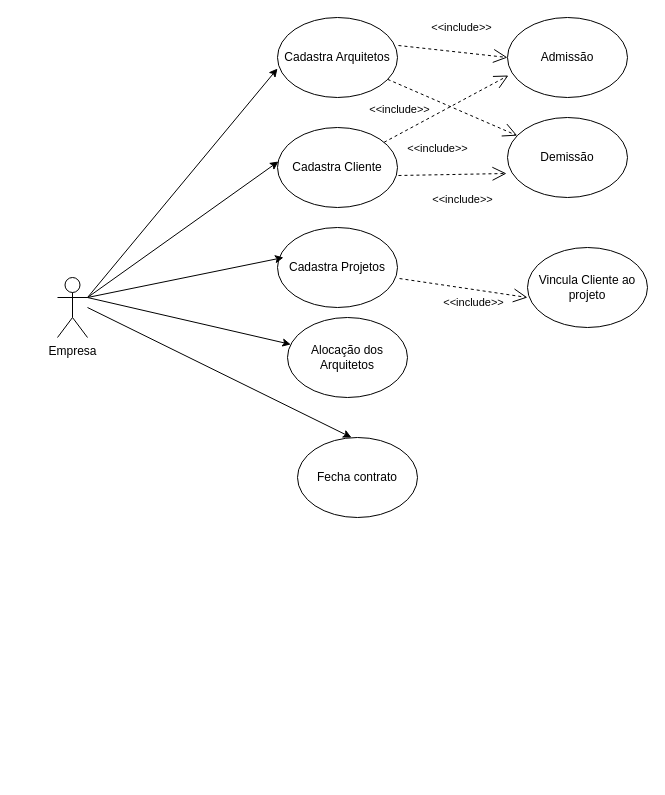
Above: Untitled Diagram.drawio in EdneiFNeto/UML (draw.io), before the change. Source tidied: cells renumbered, new cells numbered last; positions are measured from the earlier drawing's top-left corner, leaving out a move shared by most shapes. Both pictures are drawn from the tidied source at 100%, with x=0, y=0 at pixel (57, 17).
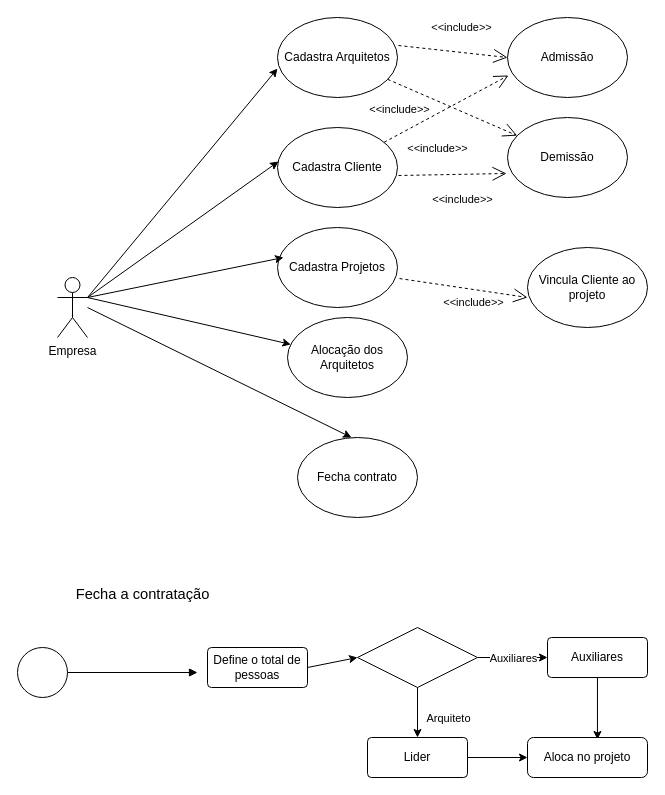
The same diagram, later.

Commit message:
diagrama atividade

The edit, as a diff of the source:
```diff
@@
+    <mxCell id="21" style="shape=mxgraph.bpmn.shape;html=1;verticalLabelPosition=bottom;labelBackgroundColor=#ffffff;verticalAlign=top;align=center;perimeter=ellipsePerimeter;outlineConnect=0;outline=standard;symbol=general;" parent="1" vertex="1">
+      <mxGeometry x="-40" y="630" width="50" height="50" as="geometry" />
+    </mxCell>
+    <mxCell id="22" value="&lt;p align=&quot;justify&quot; style=&quot;margin-bottom: 0cm ; direction: ltr ; line-height: 1px ; text-align: left ; background: transparent ; font-size: medium&quot;&gt;&lt;font color=&quot;#000000&quot;&gt;&lt;font face=&quot;Arial, serif&quot;&gt;&lt;font style=&quot;font-size: 12pt&quot;&gt;&lt;font color=&quot;#000000&quot;&gt;&lt;font style=&quot;font-size: 11pt&quot;&gt;Fecha a contratação&lt;/font&gt;&lt;/font&gt;&lt;/font&gt;&lt;/font&gt;&lt;/font&gt;&lt;/p&gt;" style="text;html=1;align=center;verticalAlign=middle;" parent="1" vertex="1">
+      <mxGeometry x="10" y="560" width="150" height="20" as="geometry" />
+    </mxCell>
+    <mxCell id="23" style="endArrow=block;endFill=1;endSize=6;html=1;exitX=1;exitY=0.5;exitDx=0;exitDy=0;" parent="1" edge="1" source="21">
+      <mxGeometry relative="1" as="geometry">
+        <mxPoint x="140" y="655" as="targetPoint" />
+      </mxGeometry>
+    </mxCell>
+    <mxCell id="24" style="shape=rhombus;perimeter=rhombusPerimeter;whiteSpace=wrap;html=1;align=center;" parent="1" vertex="1">
+      <mxGeometry x="300" y="610" width="120" height="60" as="geometry" />
+    </mxCell>
+    <mxCell id="25" value="Define o total de pessoas" style="rounded=1;arcSize=10;whiteSpace=wrap;html=1;align=center;" parent="1" vertex="1">
+      <mxGeometry x="150" y="630" width="100" height="40" as="geometry" />
+    </mxCell>
+    <mxCell id="26" style="endArrow=classic;html=1;entryX=0;entryY=0.5;entryDx=0;entryDy=0;exitX=1;exitY=0.5;exitDx=0;exitDy=0;" parent="1" edge="1" source="25" target="24">
+      <mxGeometry relative="1" as="geometry" />
+    </mxCell>
+    <mxCell id="27" style="endArrow=classic;html=1;exitX=0.5;exitY=1;exitDx=0;exitDy=0;" parent="1" edge="1" source="24" target="34">
+      <mxGeometry relative="1" as="geometry" />
+    </mxCell>
+    <mxCell id="28" value="Arquiteto" style="edgeLabel;html=1;align=center;verticalAlign=middle;" parent="27" vertex="1">
+      <mxGeometry relative="1" as="geometry">
+        <mxPoint x="30" y="5" as="offset" />
+      </mxGeometry>
+    </mxCell>
+    <mxCell id="29" style="endArrow=classic;html=1;exitX=1;exitY=0.5;exitDx=0;exitDy=0;entryX=0;entryY=0.5;entryDx=0;entryDy=0;" parent="1" edge="1" source="24" target="32">
+      <mxGeometry relative="1" as="geometry" />
+    </mxCell>
+    <mxCell id="30" value="Auxiliares" style="edgeLabel;html=1;align=center;verticalAlign=middle;" parent="29" vertex="1">
+      <mxGeometry relative="1" as="geometry" />
+    </mxCell>
+    <mxCell id="31" style="edgeStyle=orthogonalEdgeStyle;rounded=0;jettySize=auto;html=1;entryX=0.583;entryY=0.05;entryDx=0;entryDy=0;entryPerimeter=0;" parent="1" edge="1" source="32" target="35">
+      <mxGeometry relative="1" as="geometry" />
+    </mxCell>
+    <mxCell id="32" value="Auxiliares" style="rounded=1;arcSize=10;whiteSpace=wrap;html=1;align=center;" parent="1" vertex="1">
+      <mxGeometry x="490" y="620" width="100" height="40" as="geometry" />
+    </mxCell>
+    <mxCell id="33" style="edgeStyle=orthogonalEdgeStyle;rounded=0;jettySize=auto;html=1;" parent="1" edge="1" source="34" target="35">
+      <mxGeometry relative="1" as="geometry" />
+    </mxCell>
+    <mxCell id="34" value="Lider" style="rounded=1;arcSize=10;whiteSpace=wrap;html=1;align=center;" parent="1" vertex="1">
+      <mxGeometry x="310" y="720" width="100" height="40" as="geometry" />
+    </mxCell>
+    <mxCell id="35" value="Aloca no projeto" style="rounded=1;whiteSpace=wrap;html=1;" parent="1" vertex="1">
+      <mxGeometry x="470" y="720" width="120" height="40" as="geometry" />
+    </mxCell>
```
